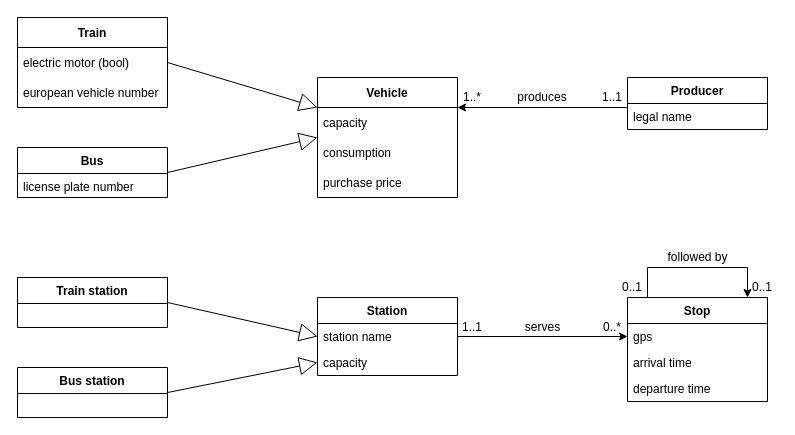
This is 3/model/hierarchy-2.drawio from zhukovdm/T1G4, a draw.io file, before an edit. Source tidied: cells renumbered, new cells numbered last; positions are measured from the earlier drawing's top-left corner, leaving out a move shared by most shapes. Both pictures are drawn from the tidied source at 100%, with x=0, y=0 at pixel (17, 17).
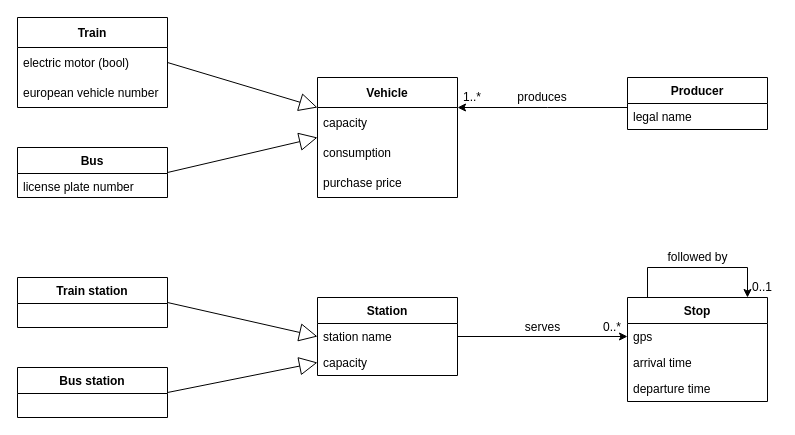
After the change.

The change refers to these unchanged cells:
```xml
<mxCell id="27" value="1..*" style="text;html=1;strokeColor=none;fillColor=none;align=center;verticalAlign=middle;whiteSpace=wrap;rounded=0;" parent="1" vertex="1">
  <mxGeometry x="440" y="70" width="30" height="20" as="geometry" />
</mxCell>
```

Diff of the diagram source:
```diff
@@
-    <mxCell id="28" style="edgeStyle=orthogonalEdgeStyle;rounded=0;jettySize=auto;html=1;exitX=1;exitY=1;exitDx=0;exitDy=0;entryX=0;entryY=1;entryDx=0;entryDy=0;" parent="1" edge="1" source="29" target="27">
+    <mxCell id="28" style="edgeStyle=orthogonalEdgeStyle;rounded=0;jettySize=auto;html=1;exitX=1;exitY=1;exitDx=0;exitDy=0;entryX=0;entryY=1;entryDx=0;entryDy=0;" parent="1" edge="1" target="27">
       <mxGeometry relative="1" as="geometry">
+        <mxPoint x="610" y="90" as="sourcePoint" />
         <Array as="points">
           <mxPoint x="530" y="90" />
           <mxPoint x="530" y="90" />
         </Array>
       </mxGeometry>
     </mxCell>
-    <mxCell id="29" value="1..1" style="text;html=1;strokeColor=none;fillColor=none;align=center;verticalAlign=middle;whiteSpace=wrap;rounded=0;" parent="1" vertex="1">
-      <mxGeometry x="580" y="70" width="30" height="20" as="geometry" />
-    </mxCell>
-    <mxCell id="30" value="1..1" style="text;html=1;strokeColor=none;fillColor=none;align=center;verticalAlign=middle;whiteSpace=wrap;rounded=0;" parent="1" vertex="1">
-      <mxGeometry x="440" y="300" width="30" height="20" as="geometry" />
-    </mxCell>
@@
-    <mxCell id="35" value="0..1" style="text;html=1;strokeColor=none;fillColor=none;align=center;verticalAlign=middle;whiteSpace=wrap;rounded=0;" parent="1" vertex="1">
-      <mxGeometry x="600" y="260" width="30" height="20" as="geometry" />
-    </mxCell>
```
